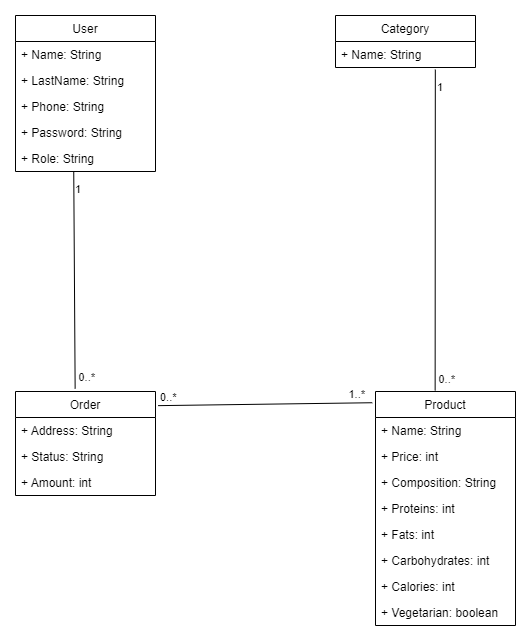
This is Diagrams/Диаграмма классов (Class diagram)/Диаграмма классов.png from Zelelo622/TP-4.1-2, a draw.io export, as it was before one commit. Source tidied: cells renumbered, new cells last; positions are measured from the earlier drawing's top-left corner, leaving out a move shared by most shapes.
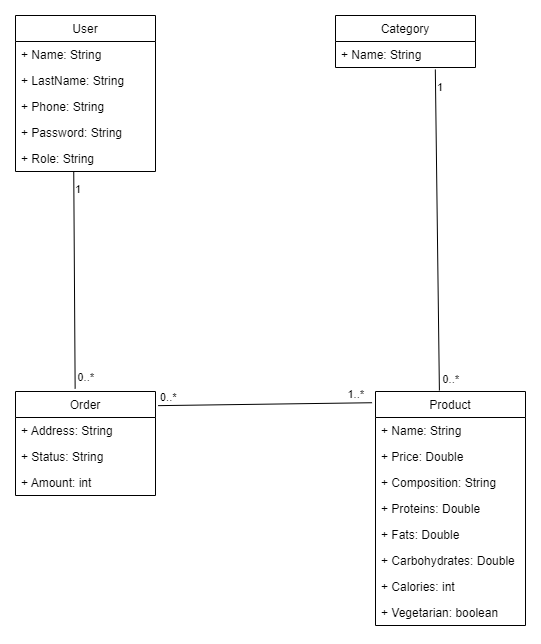
The same file after the commit.

Commit message:
update diag class and obj

The edit, as a diff of the source:
```diff
@@ -27,31 +27,31 @@
       <mxGeometry y="26" width="140" height="26" as="geometry" />
     </mxCell>
     <mxCell id="10" value="Product" style="swimlane;fontStyle=0;horizontal=1;startSize=26;fillColor=none;" parent="1" vertex="1">
-      <mxGeometry x="360" y="376" width="140" height="234" as="geometry" />
+      <mxGeometry x="360" y="376" width="150" height="234" as="geometry" />
     </mxCell>
     <mxCell id="11" value="+ Name: String" style="text;strokeColor=none;fillColor=none;align=left;verticalAlign=top;spacingLeft=4;spacingRight=4;overflow=hidden;" parent="10" vertex="1">
-      <mxGeometry y="26" width="140" height="26" as="geometry" />
+      <mxGeometry y="26" width="150" height="26" as="geometry" />
     </mxCell>
-    <mxCell id="12" value="+ Price: int" style="text;strokeColor=none;fillColor=none;align=left;verticalAlign=top;spacingLeft=4;spacingRight=4;overflow=hidden;" parent="10" vertex="1">
-      <mxGeometry y="52" width="140" height="26" as="geometry" />
+    <mxCell id="12" value="+ Price: Double" style="text;strokeColor=none;fillColor=none;align=left;verticalAlign=top;spacingLeft=4;spacingRight=4;overflow=hidden;" parent="10" vertex="1">
+      <mxGeometry y="52" width="150" height="26" as="geometry" />
     </mxCell>
     <mxCell id="13" value="+ Composition: String" style="text;strokeColor=none;fillColor=none;align=left;verticalAlign=top;spacingLeft=4;spacingRight=4;overflow=hidden;" parent="10" vertex="1">
-      <mxGeometry y="78" width="140" height="26" as="geometry" />
+      <mxGeometry y="78" width="150" height="26" as="geometry" />
     </mxCell>
-    <mxCell id="14" value="+ Proteins: int" style="text;strokeColor=none;fillColor=none;align=left;verticalAlign=top;spacingLeft=4;spacingRight=4;overflow=hidden;" parent="10" vertex="1">
-      <mxGeometry y="104" width="140" height="26" as="geometry" />
+    <mxCell id="14" value="+ Proteins: Double" style="text;strokeColor=none;fillColor=none;align=left;verticalAlign=top;spacingLeft=4;spacingRight=4;overflow=hidden;" parent="10" vertex="1">
+      <mxGeometry y="104" width="150" height="26" as="geometry" />
     </mxCell>
-    <mxCell id="15" value="+ Fats: int" style="text;strokeColor=none;fillColor=none;align=left;verticalAlign=top;spacingLeft=4;spacingRight=4;overflow=hidden;" parent="10" vertex="1">
-      <mxGeometry y="130" width="140" height="26" as="geometry" />
+    <mxCell id="15" value="+ Fats: Double" style="text;strokeColor=none;fillColor=none;align=left;verticalAlign=top;spacingLeft=4;spacingRight=4;overflow=hidden;" parent="10" vertex="1">
+      <mxGeometry y="130" width="150" height="26" as="geometry" />
     </mxCell>
-    <mxCell id="16" value="+ Carbohydrates: int" style="text;strokeColor=none;fillColor=none;align=left;verticalAlign=top;spacingLeft=4;spacingRight=4;overflow=hidden;" parent="10" vertex="1">
-      <mxGeometry y="156" width="140" height="26" as="geometry" />
+    <mxCell id="16" value="+ Carbohydrates: Double" style="text;strokeColor=none;fillColor=none;align=left;verticalAlign=top;spacingLeft=4;spacingRight=4;overflow=hidden;" parent="10" vertex="1">
+      <mxGeometry y="156" width="150" height="26" as="geometry" />
     </mxCell>
     <mxCell id="17" value="+ Calories: int" style="text;strokeColor=none;fillColor=none;align=left;verticalAlign=top;spacingLeft=4;spacingRight=4;overflow=hidden;" parent="10" vertex="1">
-      <mxGeometry y="182" width="140" height="26" as="geometry" />
+      <mxGeometry y="182" width="150" height="26" as="geometry" />
     </mxCell>
     <mxCell id="18" value="+ Vegetarian: boolean" style="text;strokeColor=none;fillColor=none;align=left;verticalAlign=top;spacingLeft=4;spacingRight=4;overflow=hidden;" parent="10" vertex="1">
-      <mxGeometry y="208" width="140" height="26" as="geometry" />
+      <mxGeometry y="208" width="150" height="26" as="geometry" />
     </mxCell>
     <mxCell id="19" value="Order" style="swimlane;fontStyle=0;horizontal=1;startSize=26;fillColor=none;" parent="1" vertex="1">
       <mxGeometry y="376" width="140" height="104" as="geometry" />
```
